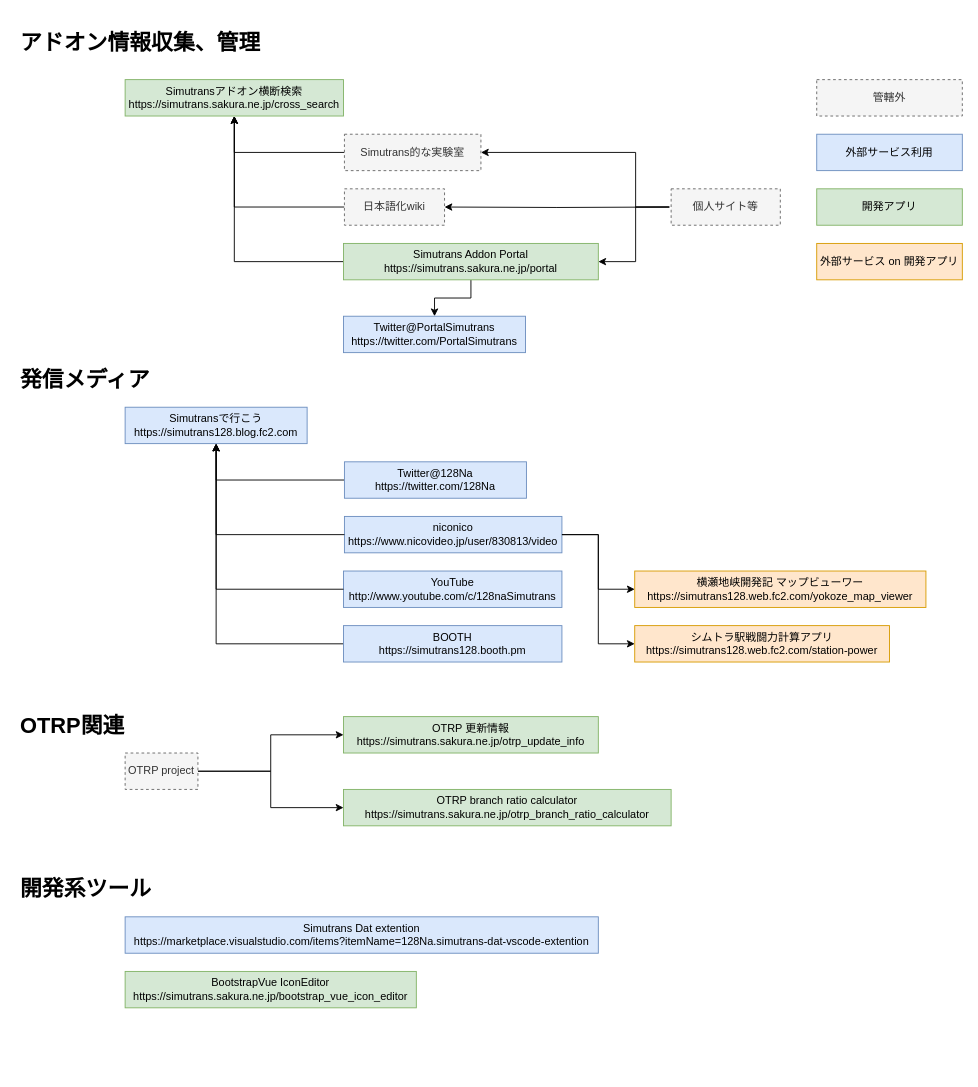
The draw.io diagram src/list.drawio in 128na/sites, before the edit. Source tidied: cells renumbered, new cells numbered last; positions are measured from the earlier drawing's top-left corner, leaving out a move shared by most shapes. Both pictures are drawn from the tidied source at 91%, with x=0, y=0 at pixel (15, 25).
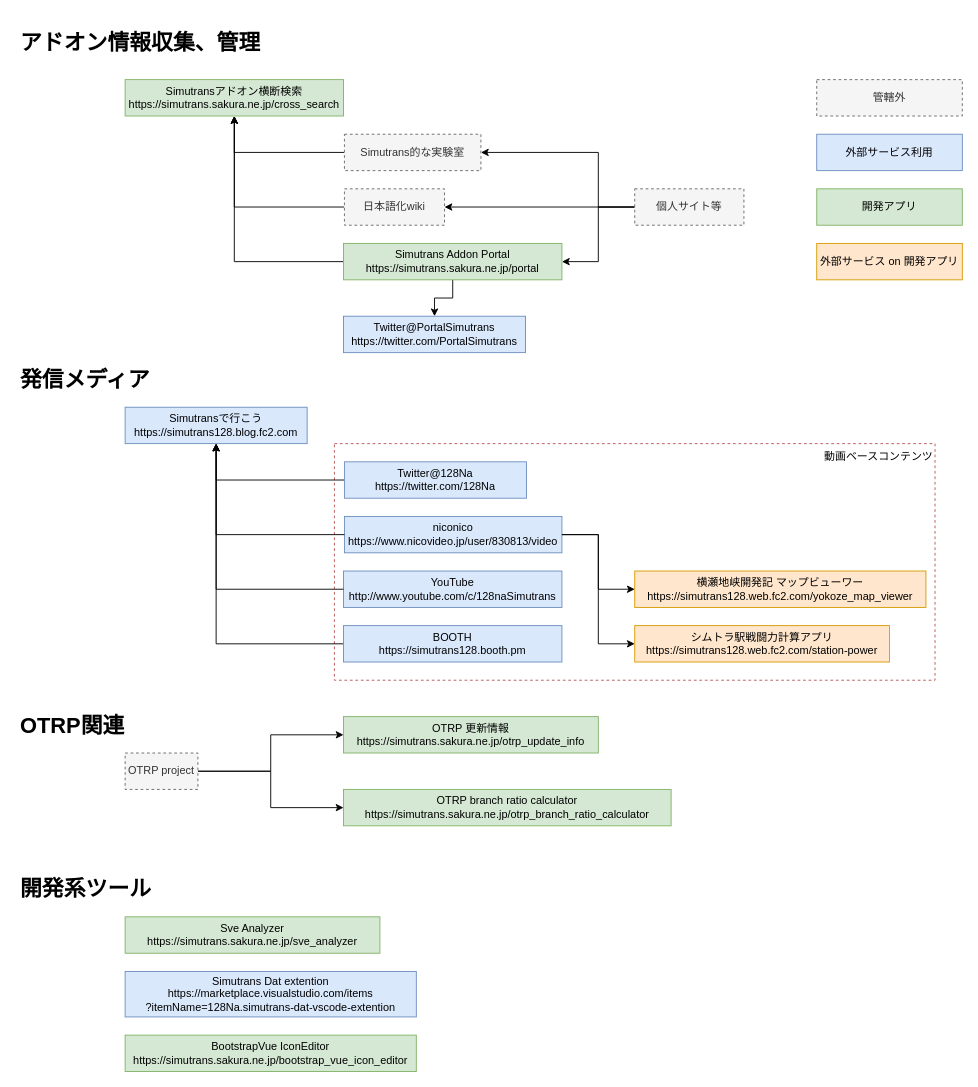
The same page after the edit.

Commit message (it also covers changes not shown here):
sve_analyzer を追加、githubリンクを追加

The change refers to these unchanged cells:
```xml
<mxCell id="11" value="&lt;div&gt;日本語化wiki&lt;/div&gt;" style="rounded=0;whiteSpace=wrap;html=1;dashed=1;align=center;fillColor=#f5f5f5;strokeColor=#666666;fontColor=#333333;" parent="1" vertex="1">
  <mxGeometry x="361" y="180" width="110" height="40" as="geometry" />
</mxCell>
<mxCell id="32" value="&lt;div&gt;Simutrans的な実験室&lt;/div&gt;" style="rounded=0;whiteSpace=wrap;html=1;dashed=1;align=center;fillColor=#f5f5f5;strokeColor=#666666;fontColor=#333333;" parent="1" vertex="1">
  <mxGeometry x="361" y="120" width="150" height="40" as="geometry" />
</mxCell>
```

The edit, as a diff of the source:
```diff
@@
+    <mxCell id="43" value="動画ベースコンテンツ" style="rounded=0;whiteSpace=wrap;html=1;glass=0;shadow=0;comic=0;align=right;verticalAlign=top;spacingTop=0;fillColor=none;strokeColor=#b85450;dashed=1;" parent="1" vertex="1">
+      <mxGeometry x="350" y="460" width="660" height="260" as="geometry" />
+    </mxCell>
@@
     <mxCell id="9" value="&lt;div&gt;Simutrans Addon Portal&lt;/div&gt;&lt;div&gt;https://simutrans.sakura.ne.jp/portal&lt;/div&gt;" style="rounded=0;whiteSpace=wrap;html=1;align=center;fillColor=#d5e8d4;strokeColor=#82b366;" parent="1" vertex="1">
-      <mxGeometry x="360" y="240" width="280" height="40" as="geometry" />
+      <mxGeometry x="360" y="240" width="240" height="40" as="geometry" />
     </mxCell>
@@
-    <mxCell id="12" style="edgeStyle=orthogonalEdgeStyle;rounded=0;jettySize=auto;html=1;entryX=1;entryY=0.5;entryDx=0;entryDy=0;align=center;" parent="1" edge="1" target="11">
-      <mxGeometry relative="1" as="geometry">
-        <mxPoint x="718" y="200" as="sourcePoint" />
-      </mxGeometry>
-    </mxCell>
-    <mxCell id="13" style="edgeStyle=orthogonalEdgeStyle;rounded=0;jettySize=auto;html=1;entryX=1;entryY=0.5;entryDx=0;entryDy=0;align=center;" parent="1" edge="1" target="9">
-      <mxGeometry relative="1" as="geometry">
-        <mxPoint x="718" y="200" as="sourcePoint" />
-        <Array as="points">
-          <mxPoint x="681" y="200" />
-          <mxPoint x="681" y="260" />
-        </Array>
-      </mxGeometry>
-    </mxCell>
-    <mxCell id="14" style="edgeStyle=orthogonalEdgeStyle;rounded=0;jettySize=auto;html=1;entryX=1;entryY=0.5;entryDx=0;entryDy=0;align=center;" parent="1" edge="1" target="32">
-      <mxGeometry relative="1" as="geometry">
-        <mxPoint x="718" y="200" as="sourcePoint" />
-        <Array as="points">
-          <mxPoint x="681" y="200" />
-          <mxPoint x="681" y="140" />
-        </Array>
-      </mxGeometry>
-    </mxCell>
+    <mxCell id="44" style="edgeStyle=orthogonalEdgeStyle;rounded=0;jettySize=auto;html=1;entryX=1;entryY=0.5;entryDx=0;entryDy=0;" parent="1" edge="1" source="15" target="11">
+      <mxGeometry relative="1" as="geometry" />
+    </mxCell>
+    <mxCell id="45" style="edgeStyle=orthogonalEdgeStyle;rounded=0;jettySize=auto;html=1;entryX=1;entryY=0.5;entryDx=0;entryDy=0;" parent="1" edge="1" source="15" target="9">
+      <mxGeometry relative="1" as="geometry">
+        <Array as="points">
+          <mxPoint x="640" y="200" />
+          <mxPoint x="640" y="260" />
+        </Array>
+      </mxGeometry>
+    </mxCell>
+    <mxCell id="46" style="edgeStyle=orthogonalEdgeStyle;rounded=0;jettySize=auto;html=1;exitX=0;exitY=0.5;exitDx=0;exitDy=0;entryX=1;entryY=0.5;entryDx=0;entryDy=0;" parent="1" edge="1" source="15" target="32">
+      <mxGeometry relative="1" as="geometry">
+        <Array as="points">
+          <mxPoint x="640" y="200" />
+          <mxPoint x="640" y="140" />
+        </Array>
+      </mxGeometry>
+    </mxCell>
     <mxCell id="15" value="&lt;div&gt;個人サイト等&lt;/div&gt;" style="rounded=0;whiteSpace=wrap;html=1;dashed=1;align=center;fillColor=#f5f5f5;strokeColor=#666666;fontColor=#333333;" parent="1" vertex="1">
-      <mxGeometry x="720" y="180" width="120" height="40" as="geometry" />
+      <mxGeometry x="680" y="180" width="120" height="40" as="geometry" />
     </mxCell>
@@
-    <mxCell id="41" value="&lt;div&gt;Simutrans Dat extention&lt;/div&gt;&lt;div&gt;https://marketplace.visualstudio.com/items?itemName=128Na.simutrans-dat-vscode-extention&lt;/div&gt;" style="rounded=0;whiteSpace=wrap;html=1;direction=south;align=center;fillColor=#dae8fc;strokeColor=#6c8ebf;" parent="1" vertex="1">
-      <mxGeometry x="120" y="980" width="520" height="40" as="geometry" />
+    <mxCell id="41" value="&lt;div&gt;Simutrans Dat extention&lt;/div&gt;&lt;div&gt;https://marketplace.visualstudio.com/items&lt;/div&gt;&lt;div&gt;?itemName=128Na.simutrans-dat-vscode-extention&lt;/div&gt;" style="rounded=0;whiteSpace=wrap;html=1;direction=south;align=center;fillColor=#dae8fc;strokeColor=#6c8ebf;" parent="1" vertex="1">
+      <mxGeometry x="120" y="1040" width="320" height="50" as="geometry" />
     </mxCell>
     <mxCell id="42" value="&lt;div&gt;BootstrapVue IconEditor&lt;/div&gt;&lt;div&gt;https://simutrans.sakura.ne.jp/bootstrap_vue_icon_editor&lt;/div&gt;" style="rounded=0;whiteSpace=wrap;html=1;align=center;fillColor=#d5e8d4;strokeColor=#82b366;" parent="1" vertex="1">
-      <mxGeometry x="120" y="1040" width="320" height="40" as="geometry" />
+      <mxGeometry x="120" y="1110" width="320" height="40" as="geometry" />
     </mxCell>
+    <mxCell id="47" value="&lt;div&gt;Sve Analyzer&lt;/div&gt;&lt;div&gt;https://simutrans.sakura.ne.jp/sve_analyzer&lt;/div&gt;" style="rounded=0;whiteSpace=wrap;html=1;align=center;fillColor=#d5e8d4;strokeColor=#82b366;" parent="1" vertex="1">
+      <mxGeometry x="120" y="980" width="280" height="40" as="geometry" />
+    </mxCell>
```
